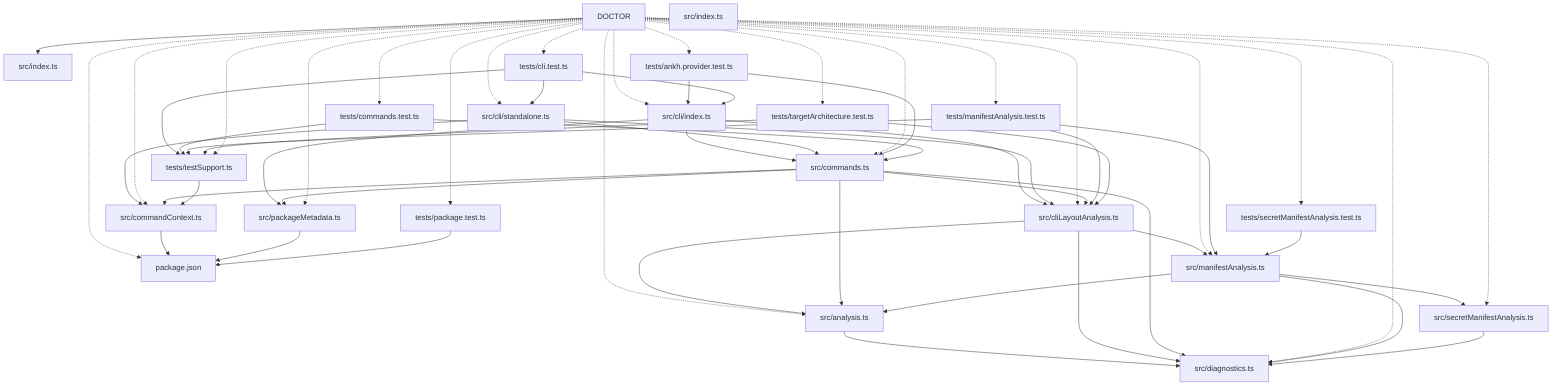
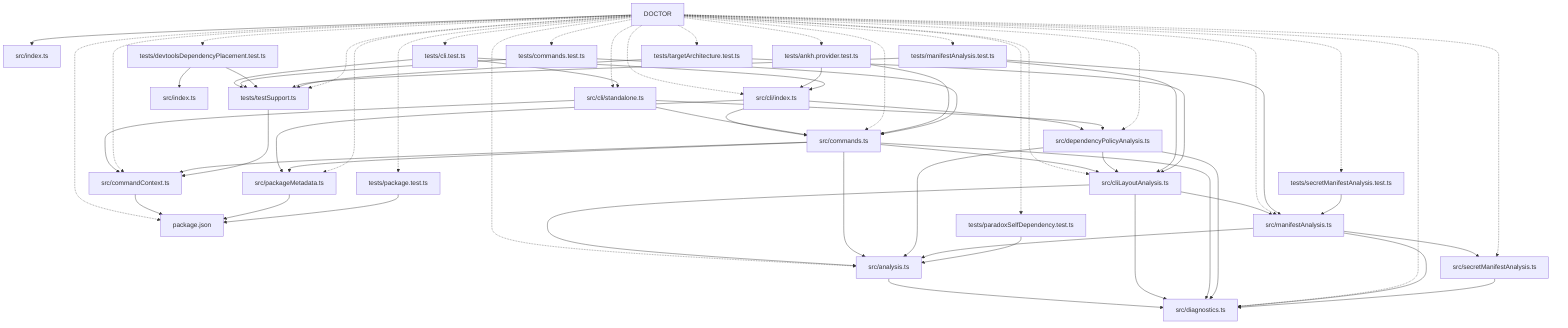
graph TD
  package__ankhorage_doctor["DOCTOR"]
  entrypoint_src_index_ts["src/index.ts"]
  package__ankhorage_doctor --> entrypoint_src_index_ts
  module_package_json["package.json"]
  package__ankhorage_doctor -.-> module_package_json
  module_src_analysis_ts["src/analysis.ts"]
  package__ankhorage_doctor -.-> module_src_analysis_ts
  module_src_analysis_ts --> module_src_diagnostics_ts
  module_src_cli_index_ts["src/cli/index.ts"]
  package__ankhorage_doctor -.-> module_src_cli_index_ts
-   module_src_cli_index_ts --> module_src_cliLayoutAnalysis_ts
  module_src_cli_index_ts --> module_src_commands_ts
+   module_src_cli_index_ts --> module_src_dependencyPolicyAnalysis_ts
  module_src_cli_index_ts --> module_src_packageMetadata_ts
  module_src_cli_standalone_ts["src/cli/standalone.ts"]
  package__ankhorage_doctor -.-> module_src_cli_standalone_ts
-   module_src_cli_standalone_ts --> module_src_cliLayoutAnalysis_ts
  module_src_cli_standalone_ts --> module_src_commandContext_ts
  module_src_cli_standalone_ts --> module_src_commands_ts
+   module_src_cli_standalone_ts --> module_src_dependencyPolicyAnalysis_ts
  module_src_cliLayoutAnalysis_ts["src/cliLayoutAnalysis.ts"]
  package__ankhorage_doctor -.-> module_src_cliLayoutAnalysis_ts
  module_src_cliLayoutAnalysis_ts --> module_src_analysis_ts
  module_src_cliLayoutAnalysis_ts --> module_src_diagnostics_ts
  module_src_cliLayoutAnalysis_ts --> module_src_manifestAnalysis_ts
  module_src_commandContext_ts["src/commandContext.ts"]
  package__ankhorage_doctor -.-> module_src_commandContext_ts
  module_src_commandContext_ts --> module_package_json
  module_src_commands_ts["src/commands.ts"]
  package__ankhorage_doctor -.-> module_src_commands_ts
  module_src_commands_ts --> module_src_analysis_ts
  module_src_commands_ts --> module_src_cliLayoutAnalysis_ts
  module_src_commands_ts --> module_src_commandContext_ts
  module_src_commands_ts --> module_src_diagnostics_ts
  module_src_commands_ts --> module_src_packageMetadata_ts
+   module_src_dependencyPolicyAnalysis_ts["src/dependencyPolicyAnalysis.ts"]
+   package__ankhorage_doctor -.-> module_src_dependencyPolicyAnalysis_ts
+   module_src_dependencyPolicyAnalysis_ts --> module_src_analysis_ts
+   module_src_dependencyPolicyAnalysis_ts --> module_src_cliLayoutAnalysis_ts
+   module_src_dependencyPolicyAnalysis_ts --> module_src_diagnostics_ts
  module_src_diagnostics_ts["src/diagnostics.ts"]
  package__ankhorage_doctor -.-> module_src_diagnostics_ts
  module_src_index_ts["src/index.ts"]
  module_src_manifestAnalysis_ts["src/manifestAnalysis.ts"]
  package__ankhorage_doctor -.-> module_src_manifestAnalysis_ts
  module_src_manifestAnalysis_ts --> module_src_analysis_ts
  module_src_manifestAnalysis_ts --> module_src_diagnostics_ts
  module_src_manifestAnalysis_ts --> module_src_secretManifestAnalysis_ts
  module_src_packageMetadata_ts["src/packageMetadata.ts"]
  package__ankhorage_doctor -.-> module_src_packageMetadata_ts
  module_src_packageMetadata_ts --> module_package_json
  module_src_secretManifestAnalysis_ts["src/secretManifestAnalysis.ts"]
  package__ankhorage_doctor -.-> module_src_secretManifestAnalysis_ts
  module_src_secretManifestAnalysis_ts --> module_src_diagnostics_ts
  module_tests_ankh_provider_test_ts["tests/ankh.provider.test.ts"]
  package__ankhorage_doctor -.-> module_tests_ankh_provider_test_ts
  module_tests_ankh_provider_test_ts --> module_src_cli_index_ts
  module_tests_ankh_provider_test_ts --> module_src_commands_ts
  module_tests_cli_test_ts["tests/cli.test.ts"]
  package__ankhorage_doctor -.-> module_tests_cli_test_ts
  module_tests_cli_test_ts --> module_src_cli_index_ts
  module_tests_cli_test_ts --> module_src_cli_standalone_ts
  module_tests_cli_test_ts --> module_tests_testSupport_ts
  module_tests_commands_test_ts["tests/commands.test.ts"]
  package__ankhorage_doctor -.-> module_tests_commands_test_ts
  module_tests_commands_test_ts --> module_src_commands_ts
  module_tests_commands_test_ts --> module_tests_testSupport_ts
+   module_tests_devtoolsDependencyPlacement_test_ts["tests/devtoolsDependencyPlacement.test.ts"]
+   package__ankhorage_doctor -.-> module_tests_devtoolsDependencyPlacement_test_ts
+   module_tests_devtoolsDependencyPlacement_test_ts --> module_src_index_ts
+   module_tests_devtoolsDependencyPlacement_test_ts --> module_tests_testSupport_ts
  module_tests_manifestAnalysis_test_ts["tests/manifestAnalysis.test.ts"]
  package__ankhorage_doctor -.-> module_tests_manifestAnalysis_test_ts
  module_tests_manifestAnalysis_test_ts --> module_src_cliLayoutAnalysis_ts
  module_tests_manifestAnalysis_test_ts --> module_src_manifestAnalysis_ts
  module_tests_manifestAnalysis_test_ts --> module_tests_testSupport_ts
  module_tests_package_test_ts["tests/package.test.ts"]
  package__ankhorage_doctor -.-> module_tests_package_test_ts
  module_tests_package_test_ts --> module_package_json
+   module_tests_paradoxSelfDependency_test_ts["tests/paradoxSelfDependency.test.ts"]
+   package__ankhorage_doctor -.-> module_tests_paradoxSelfDependency_test_ts
+   module_tests_paradoxSelfDependency_test_ts --> module_src_analysis_ts
  module_tests_secretManifestAnalysis_test_ts["tests/secretManifestAnalysis.test.ts"]
  package__ankhorage_doctor -.-> module_tests_secretManifestAnalysis_test_ts
  module_tests_secretManifestAnalysis_test_ts --> module_src_manifestAnalysis_ts
  module_tests_targetArchitecture_test_ts["tests/targetArchitecture.test.ts"]
  package__ankhorage_doctor -.-> module_tests_targetArchitecture_test_ts
  module_tests_targetArchitecture_test_ts --> module_src_cliLayoutAnalysis_ts
  module_tests_targetArchitecture_test_ts --> module_tests_testSupport_ts
  module_tests_testSupport_ts["tests/testSupport.ts"]
  package__ankhorage_doctor -.-> module_tests_testSupport_ts
  module_tests_testSupport_ts --> module_src_commandContext_ts
